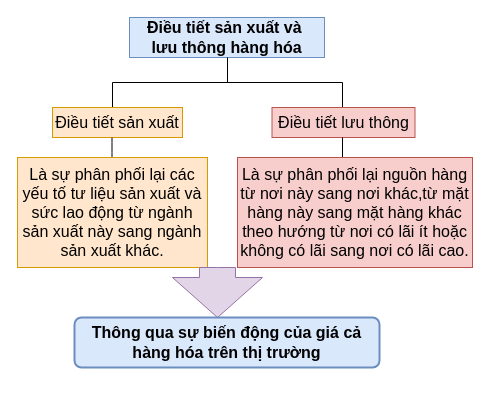
The draw.io diagram công dân.drawio in Deteriorator/hosting, before the edit. Source tidied: cells renumbered, new cells numbered last; positions are measured from the earlier drawing's top-left corner, leaving out a move shared by most shapes. Both pictures are drawn from the tidied source at 100%, with x=0, y=0 at pixel (17, 17).
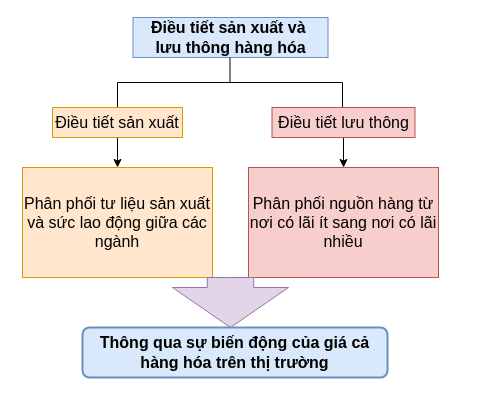
The same diagram, later.

The edit, as a diff of the source:
```diff
@@
 <mxGraphModel>
   <root>
     <mxCell id="0" />
     <mxCell id="1" parent="0" />
     <mxCell id="2" value="&lt;font style=&quot;font-size: 16px;&quot;&gt;Điều tiết sản xuất và&amp;nbsp;&lt;br style=&quot;font-size: 16px;&quot;&gt;lưu thông hàng hóa&lt;/font&gt;" style="rounded=0;whiteSpace=wrap;html=1;fontSize=16;fillColor=#dae8fc;strokeColor=#6c8ebf;fontStyle=1;" parent="1" vertex="1">
-      <mxGeometry x="112" width="195" height="40" as="geometry" />
+      <mxGeometry x="115.5" width="195" height="40" as="geometry" />
     </mxCell>
     <mxCell id="3" style="strokeWidth=1;html=1;shape=mxgraph.flowchart.annotation_2;align=left;labelPosition=right;direction=south;fontSize=16;fontStyle=0;" parent="1" vertex="1">
-      <mxGeometry x="95" y="40" width="230" height="50" as="geometry" />
+      <mxGeometry x="100" y="40" width="225" height="50" as="geometry" />
     </mxCell>
+    <mxCell id="12" style="edgeStyle=orthogonalEdgeStyle;rounded=0;jettySize=auto;html=1;fontSize=17;" parent="1" edge="1" source="4">
+      <mxGeometry relative="1" as="geometry">
+        <mxPoint x="100" y="150" as="targetPoint" />
+      </mxGeometry>
+    </mxCell>
     <mxCell id="4" value="Điều tiết sản xuất" style="rounded=0;whiteSpace=wrap;html=1;fontSize=16;fillColor=#ffe6cc;strokeColor=#d79b00;" parent="1" vertex="1">
       <mxGeometry x="35" y="90" width="130" height="30" as="geometry" />
     </mxCell>
-    <mxCell id="5" style="endArrow=none;html=1;fontSize=16;" parent="1" edge="1">
-      <mxGeometry relative="1" as="geometry">
-        <mxPoint x="94.5" y="140" as="sourcePoint" />
-        <mxPoint x="94.5" y="120" as="targetPoint" />
-        <Array as="points">
-          <mxPoint x="94.5" y="130" />
-        </Array>
-      </mxGeometry>
-    </mxCell>
-    <mxCell id="6" value="Là sự phân phối lại các yếu tố tư liệu sản xuất và sức lao động từ ngành sản xuất này sang ngành sản xuất khác." style="rounded=0;whiteSpace=wrap;html=1;fontSize=16;fillColor=#ffe6cc;strokeColor=#d79b00;" parent="1" vertex="1">
-      <mxGeometry y="140" width="190" height="110" as="geometry" />
+    <mxCell id="6" value="Phân phối tư liệu sản xuất và sức lao động giữa các ngành" style="rounded=0;whiteSpace=wrap;html=1;fontSize=16;fillColor=#ffe6cc;strokeColor=#d79b00;" parent="1" vertex="1">
+      <mxGeometry x="5" y="150" width="190" height="110" as="geometry" />
     </mxCell>
+    <mxCell id="13" style="edgeStyle=orthogonalEdgeStyle;rounded=0;jettySize=auto;html=1;fontSize=17;" parent="1" edge="1" source="7">
+      <mxGeometry relative="1" as="geometry">
+        <mxPoint x="326" y="150" as="targetPoint" />
+        <Array as="points">
+          <mxPoint x="326" y="150" />
+          <mxPoint x="326" y="150" />
+        </Array>
+      </mxGeometry>
+    </mxCell>
     <mxCell id="7" value="Điều tiết lưu thông" style="rounded=0;whiteSpace=wrap;html=1;fontSize=16;fillColor=#f8cecc;strokeColor=#b85450;" parent="1" vertex="1">
       <mxGeometry x="254.5" y="90" width="143" height="30" as="geometry" />
     </mxCell>
-    <mxCell id="8" style="endArrow=none;html=1;fontSize=16;" parent="1" edge="1">
-      <mxGeometry relative="1" as="geometry">
-        <mxPoint x="325" y="140" as="sourcePoint" />
-        <mxPoint x="325" y="120" as="targetPoint" />
-      </mxGeometry>
-    </mxCell>
-    <mxCell id="9" value="Là sự phân phối lại nguồn hàng từ nơi này sang nơi khác,từ mặt hàng này sang mặt hàng khác theo hướng từ nơi có lãi ít hoặc không có lãi sang nơi có lãi cao." style="rounded=0;whiteSpace=wrap;html=1;fontSize=16;fillColor=#f8cecc;strokeColor=#b85450;" parent="1" vertex="1">
-      <mxGeometry x="220" y="140" width="235" height="110" as="geometry" />
+    <mxCell id="9" value="Phân phối nguồn hàng từ nơi có lãi ít sang nơi có lãi nhiều" style="rounded=0;whiteSpace=wrap;html=1;fontSize=16;fillColor=#f8cecc;strokeColor=#b85450;" parent="1" vertex="1">
+      <mxGeometry x="231" y="150" width="190" height="110" as="geometry" />
     </mxCell>
     <mxCell id="10" style="html=1;shadow=0;dashed=0;align=center;verticalAlign=middle;shape=mxgraph.arrows2.arrow;dy=0.6;dx=40;direction=south;notch=0;strokeWidth=1;fontSize=16;fillColor=#e1d5e7;strokeColor=#9673a6;" parent="1" vertex="1">
-      <mxGeometry x="155" y="250" width="90" height="50" as="geometry" />
+      <mxGeometry x="155" y="260" width="116" height="50" as="geometry" />
     </mxCell>
     <mxCell id="11" value="&lt;font style=&quot;font-size: 16px;&quot;&gt;Thông qua sự biến động của giá cả hàng hóa trên thị trường&lt;/font&gt;" style="rounded=1;whiteSpace=wrap;html=1;absoluteArcSize=1;arcSize=14;strokeWidth=2;fontSize=16;fontStyle=1;fillColor=#dae8fc;strokeColor=#6c8ebf;" parent="1" vertex="1">
-      <mxGeometry x="57" y="300" width="305" height="50" as="geometry" />
+      <mxGeometry x="65" y="310" width="305" height="50" as="geometry" />
     </mxCell>
   </root>
 </mxGraphModel>
```
